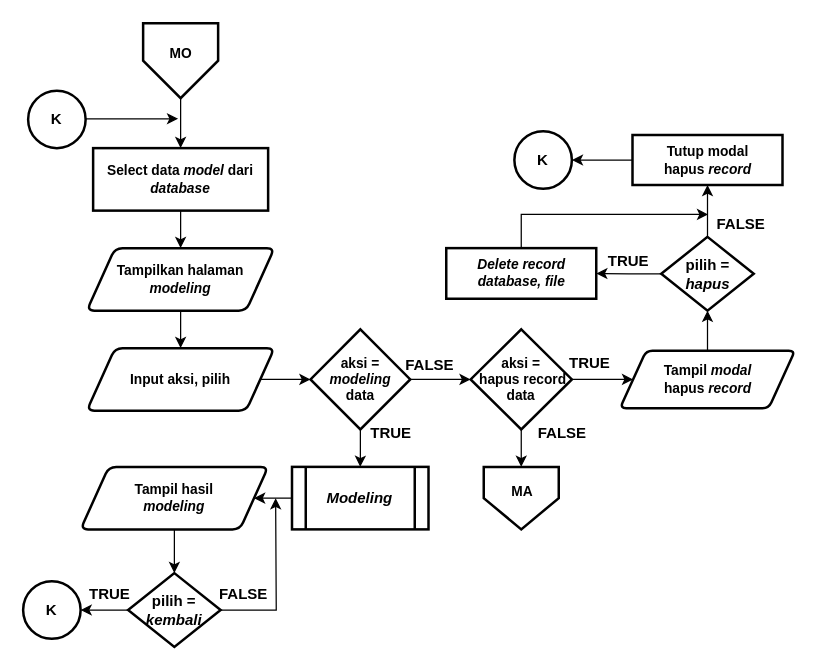
Above: Dokumen TA/Paper/Flowchart/Flowchart menu modeling.drawio in muspriandi/TextMining-SentimentAnalysis (draw.io), before the change. Source tidied: cells renumbered, new cells numbered last; positions are measured from the earlier drawing's top-left corner, leaving out a move shared by most shapes. Both pictures are drawn from the tidied source at 125%, with x=0, y=0 at pixel (22, 22).
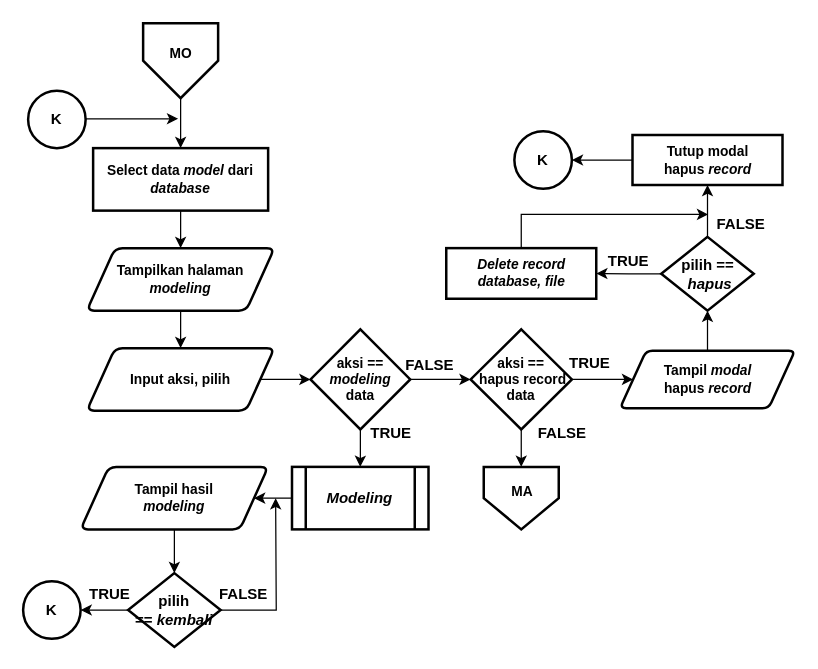
The same diagram, later.

The edit, as a diff of the source:
```diff
@@
-    <mxCell id="17" value="&lt;b style=&quot;font-size: 11px&quot;&gt;&lt;font style=&quot;font-size: 11px&quot;&gt;aksi = &lt;i&gt;modeling&lt;/i&gt;&lt;br style=&quot;font-size: 11px&quot;&gt;data&lt;/font&gt;&lt;/b&gt;" style="rhombus;whiteSpace=wrap;html=1;strokeWidth=2;fontSize=11;" parent="1" vertex="1">
+    <mxCell id="17" value="&lt;b style=&quot;font-size: 11px&quot;&gt;&lt;font style=&quot;font-size: 11px&quot;&gt;aksi == &lt;i&gt;modeling&lt;/i&gt;&lt;br style=&quot;font-size: 11px&quot;&gt;data&lt;/font&gt;&lt;/b&gt;" style="rhombus;whiteSpace=wrap;html=1;strokeWidth=2;fontSize=11;" parent="1" vertex="1">
       <mxGeometry x="229.9" y="245" width="79.8" height="80" as="geometry" />
     </mxCell>
@@
-    <mxCell id="22" value="&lt;b style=&quot;font-size: 11px&quot;&gt;&lt;font style=&quot;font-size: 11px&quot;&gt;aksi =&lt;br&gt;&amp;nbsp;hapus record&lt;br style=&quot;font-size: 11px&quot;&gt;data&lt;/font&gt;&lt;/b&gt;" style="rhombus;whiteSpace=wrap;html=1;strokeWidth=2;fontSize=11;" parent="1" vertex="1">
+    <mxCell id="22" value="&lt;b style=&quot;font-size: 11px&quot;&gt;&lt;font style=&quot;font-size: 11px&quot;&gt;aksi ==&lt;br&gt;&amp;nbsp;hapus record&lt;br style=&quot;font-size: 11px&quot;&gt;data&lt;/font&gt;&lt;/b&gt;" style="rhombus;whiteSpace=wrap;html=1;strokeWidth=2;fontSize=11;" parent="1" vertex="1">
       <mxGeometry x="358" y="245" width="81" height="80" as="geometry" />
     </mxCell>
@@
-    <mxCell id="27" value="&lt;b&gt;&lt;font style=&quot;font-size: 12px&quot;&gt;pilih = &lt;i&gt;hapus&lt;/i&gt;&lt;/font&gt;&lt;/b&gt;" style="rhombus;whiteSpace=wrap;html=1;strokeWidth=2;" parent="1" vertex="1">
+    <mxCell id="27" value="&lt;b&gt;&lt;font style=&quot;font-size: 12px&quot;&gt;pilih ==&lt;br&gt;&amp;nbsp;&lt;i&gt;hapus&lt;/i&gt;&lt;/font&gt;&lt;/b&gt;" style="rhombus;whiteSpace=wrap;html=1;strokeWidth=2;" parent="1" vertex="1">
       <mxGeometry x="510.5" y="171" width="74" height="59" as="geometry" />
     </mxCell>
@@
-    <mxCell id="45" value="&lt;b&gt;&lt;font style=&quot;font-size: 12px&quot;&gt;pilih = &lt;i&gt;kembali&lt;/i&gt;&lt;/font&gt;&lt;/b&gt;" style="rhombus;whiteSpace=wrap;html=1;strokeWidth=2;" parent="1" vertex="1">
+    <mxCell id="45" value="&lt;b&gt;&lt;font style=&quot;font-size: 12px&quot;&gt;pilih ==&amp;nbsp;&lt;i&gt;kembali&lt;/i&gt;&lt;/font&gt;&lt;/b&gt;" style="rhombus;whiteSpace=wrap;html=1;strokeWidth=2;" parent="1" vertex="1">
       <mxGeometry x="84" y="440" width="74" height="59" as="geometry" />
     </mxCell>
```
